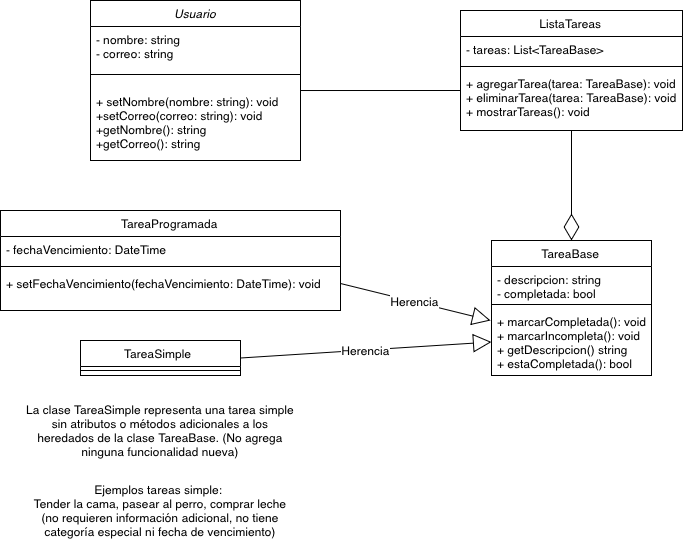
A01712128/TC1030_PROYECTO keeps this draw.io diagram as TC1030_Proyecto.png. Above is the earlier version. Source tidied: cells renumbered, new cells last; positions are measured from the earlier drawing's top-left corner, leaving out a move shared by most shapes.
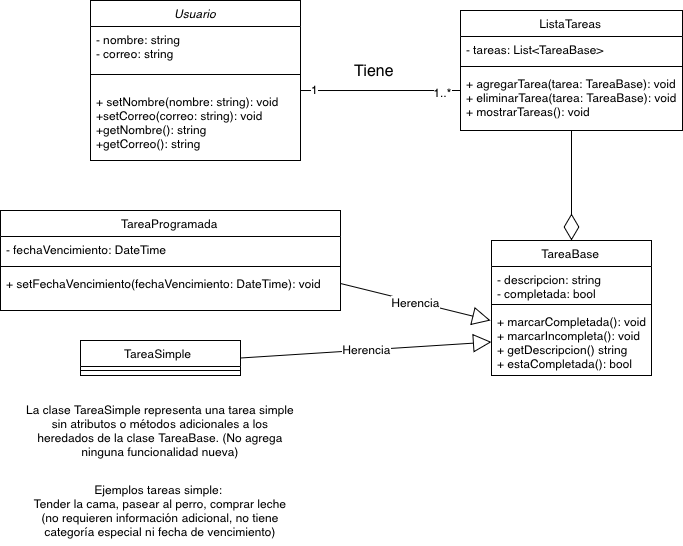
After the commit.

The edit, as a diff of the source:
```diff
@@ -67,6 +67,14 @@
         </Array>
       </mxGeometry>
     </mxCell>
+    <mxCell id="26" value="1" style="edgeLabel;html=1;align=center;verticalAlign=middle;fontSize=12;" parent="21" vertex="1">
+      <mxGeometry x="-0.83" y="2" relative="1" as="geometry" />
+    </mxCell>
+    <mxCell id="27" value="1..*" style="edgeLabel;html=1;align=center;verticalAlign=middle;fontSize=12;" parent="21" vertex="1">
+      <mxGeometry x="0.9" y="-1" relative="1" as="geometry">
+        <mxPoint x="-12" as="offset" />
+      </mxGeometry>
+    </mxCell>
     <mxCell id="22" value="Herencia" style="endArrow=block;endSize=16;endFill=0;html=1;rounded=0;fontSize=12;curved=1;exitX=1;exitY=0.5;exitDx=0;exitDy=0;entryX=-0.006;entryY=0.179;entryDx=0;entryDy=0;entryPerimeter=0;" parent="1" edge="1" source="9" target="19">
       <mxGeometry relative="1" as="geometry" />
     </mxCell>
@@ -79,5 +87,8 @@
     <mxCell id="25" value="&lt;div&gt;Ejemplos tareas simple:&amp;nbsp;&lt;/div&gt;&lt;div&gt;Tender la cama, pasear al perro, comprar leche (no requieren información adicional, no tiene categoría especial ni fecha de vencimiento)&lt;/div&gt;" style="text;strokeColor=none;fillColor=none;html=1;align=center;verticalAlign=middle;whiteSpace=wrap;rounded=0;fontSize=12;" parent="1" vertex="1">
       <mxGeometry x="25" y="475" width="270" height="70" as="geometry" />
     </mxCell>
+    <mxCell id="28" value="Tiene" style="text;strokeColor=none;fillColor=none;html=1;align=center;verticalAlign=middle;whiteSpace=wrap;rounded=0;fontSize=16;" parent="1" vertex="1">
+      <mxGeometry x="344" y="55" width="60" height="30" as="geometry" />
+    </mxCell>
   </root>
 </mxGraphModel>
```
